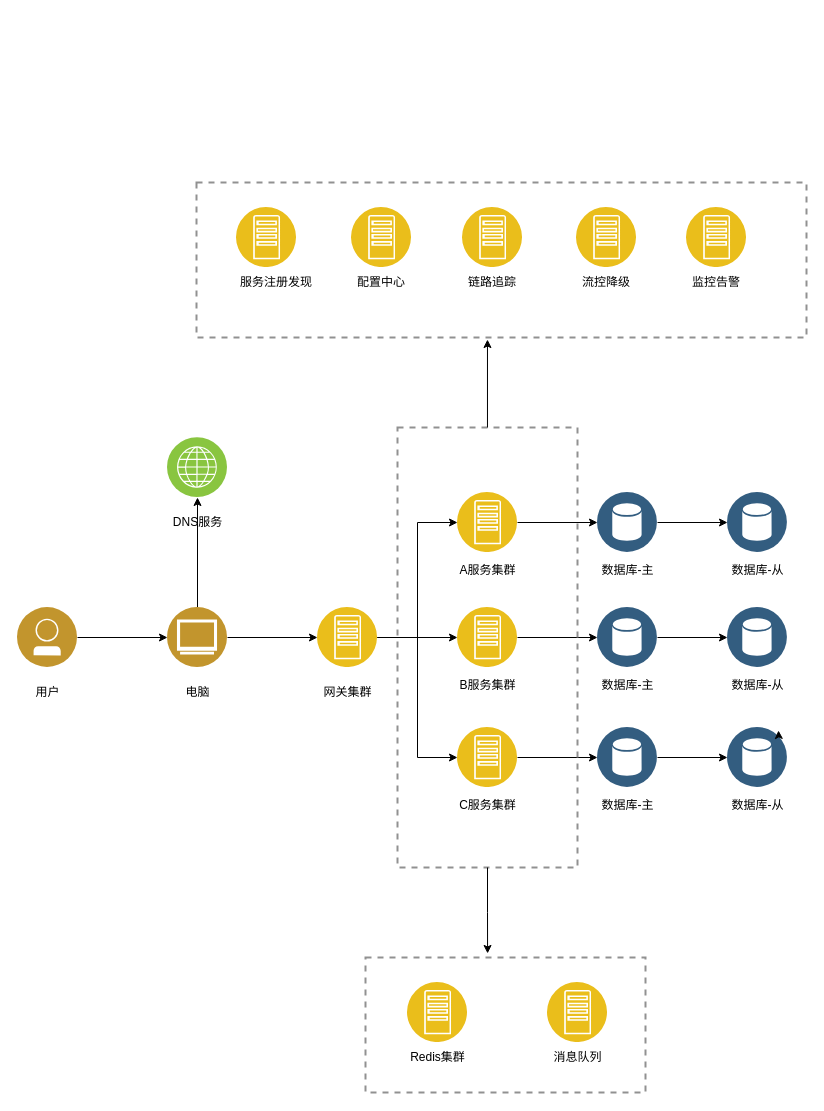
Before: 微服务化分库分表架构.drawio in ChengziMao/helloword, a draw.io diagram. Source tidied: cells renumbered, new cells numbered last; positions are measured from the earlier drawing's top-left corner, leaving out a move shared by most shapes. Both pictures are drawn from the tidied source at 100%, with x=0, y=0 at pixel (17, 182).
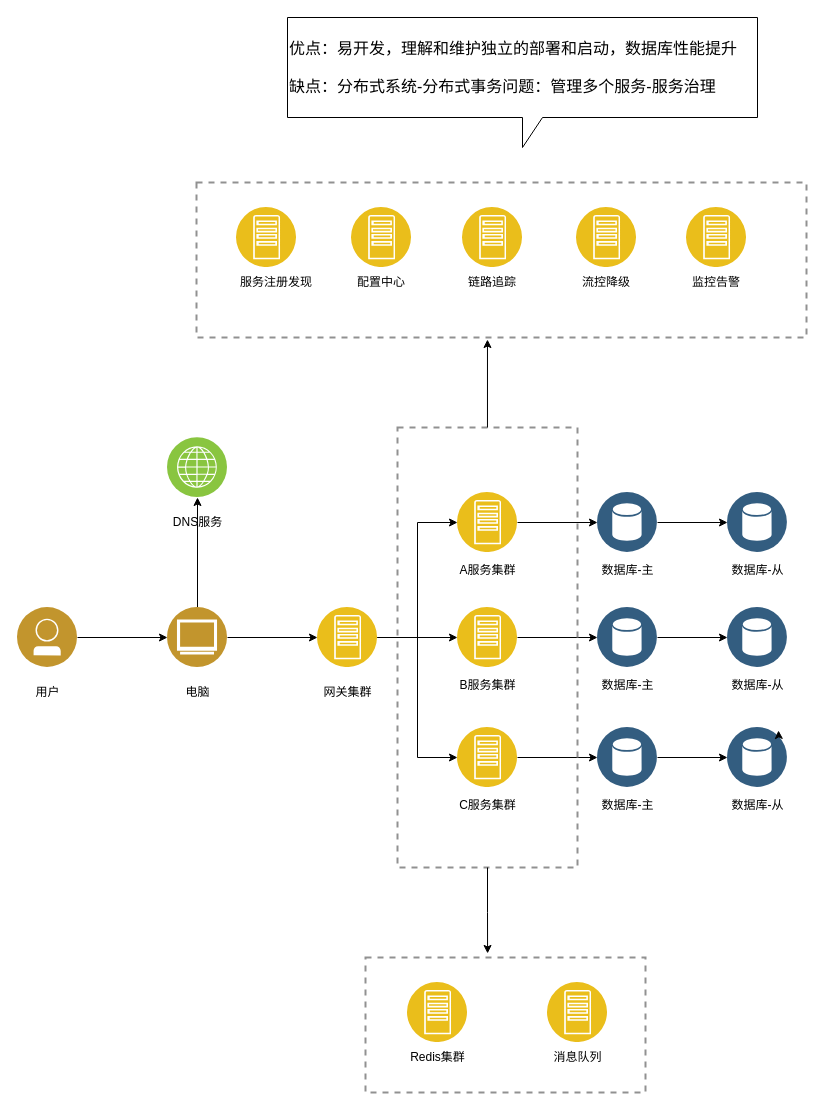
The same page after the edit.

Commit message (it also covers changes not shown here):
更新微服务化分库分表架构.drawio

Diff of the diagram source:
```diff
@@
+    <mxCell id="61" value="优点：易开发，理解和维护独立的部署和启动，数据库性能提升&lt;div&gt;&lt;br&gt;&lt;/div&gt;&lt;div&gt;缺点：分布式系统-分布式事务问题：管理多个服务-服务治理&lt;/div&gt;" style="shape=callout;whiteSpace=wrap;html=1;perimeter=calloutPerimeter;align=left;fontSize=16;" parent="1" vertex="1">
+      <mxGeometry x="270" y="-165" width="470" height="130" as="geometry" />
+    </mxCell>
```
